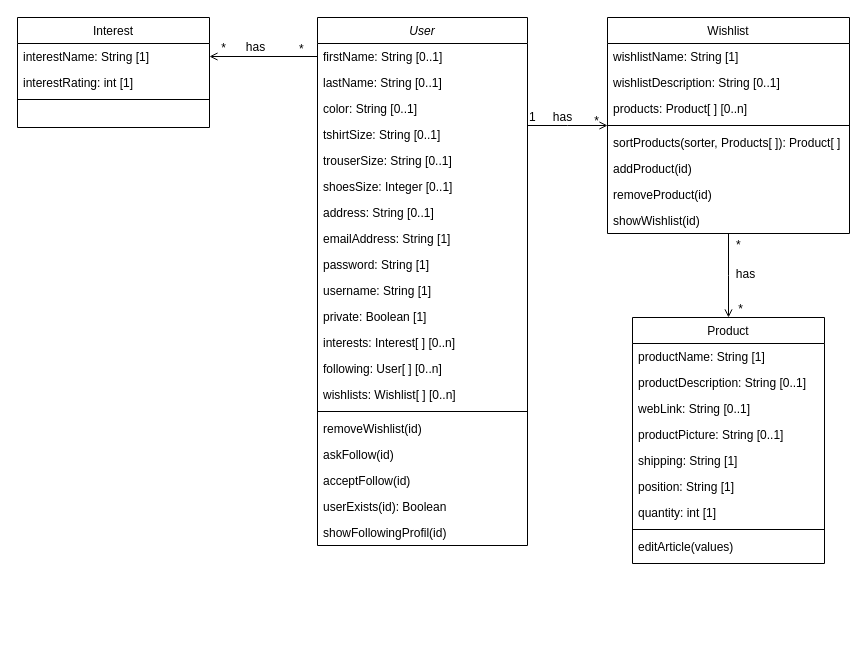
Above: Diagrammes/ClassDiagram.drawio in NNepper/LSINF1225-2020-GroupeL1.1-WishList (draw.io), before the change. Source tidied: cells renumbered, new cells numbered last; positions are measured from the earlier drawing's top-left corner, leaving out a move shared by most shapes. Both pictures are drawn from the tidied source at 100%, with x=0, y=0 at pixel (17, 17).
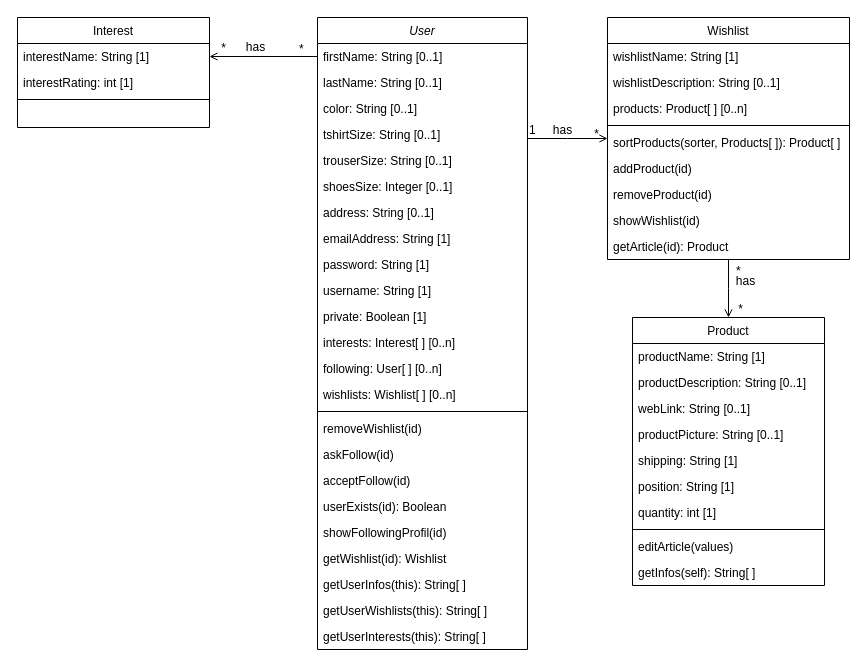
After the change.

Change to the diagram source:
```diff
@@
     <mxCell id="2" value="User" style="swimlane;fontStyle=2;align=center;verticalAlign=top;horizontal=1;startSize=26;rounded=0;shadow=0;strokeWidth=1;" parent="1" vertex="1">
-      <mxGeometry x="300" width="210" height="528" as="geometry" />
+      <mxGeometry x="300" width="210" height="632" as="geometry" />
     </mxCell>
@@
+    <mxCell id="58" value="getWishlist(id): Wishlist" style="text;align=left;verticalAlign=top;spacingLeft=4;spacingRight=4;overflow=hidden;" parent="2" vertex="1">
+      <mxGeometry y="528" width="210" height="26" as="geometry" />
+    </mxCell>
+    <mxCell id="59" value="getUserInfos(this): String[ ]" style="text;align=left;verticalAlign=top;spacingLeft=4;spacingRight=4;overflow=hidden;" parent="2" vertex="1">
+      <mxGeometry y="554" width="210" height="26" as="geometry" />
+    </mxCell>
+    <mxCell id="60" value="getUserWishlists(this): String[ ]" style="text;align=left;verticalAlign=top;spacingLeft=4;spacingRight=4;overflow=hidden;" parent="2" vertex="1">
+      <mxGeometry y="580" width="210" height="26" as="geometry" />
+    </mxCell>
+    <mxCell id="61" value="getUserInterests(this): String[ ]" style="text;align=left;verticalAlign=top;spacingLeft=4;spacingRight=4;overflow=hidden;" parent="2" vertex="1">
+      <mxGeometry y="606" width="210" height="26" as="geometry" />
+    </mxCell>
@@
     <mxCell id="39" value="Wishlist" style="swimlane;fontStyle=0;align=center;verticalAlign=top;horizontal=1;startSize=26;rounded=0;shadow=0;strokeWidth=1;" parent="1" vertex="1">
-      <mxGeometry x="590" width="242" height="216" as="geometry" />
+      <mxGeometry x="590" width="242" height="242" as="geometry" />
     </mxCell>
@@
+    <mxCell id="62" value="getArticle(id): Product" style="text;align=left;verticalAlign=top;spacingLeft=4;spacingRight=4;overflow=hidden;rounded=0;shadow=0;html=0;" parent="39" vertex="1">
+      <mxGeometry y="216" width="242" height="26" as="geometry" />
+    </mxCell>
     <mxCell id="48" value="Product" style="swimlane;fontStyle=0;align=center;verticalAlign=top;horizontal=1;startSize=26;rounded=0;shadow=0;strokeWidth=1;" parent="1" vertex="1">
-      <mxGeometry x="615" y="300" width="192" height="246" as="geometry" />
+      <mxGeometry x="615" y="300" width="192" height="268" as="geometry" />
     </mxCell>
@@
+    <mxCell id="63" value="getInfos(self): String[ ]" style="text;align=left;verticalAlign=top;spacingLeft=4;spacingRight=4;overflow=hidden;" parent="48" vertex="1">
+      <mxGeometry y="242" width="192" height="26" as="geometry" />
+    </mxCell>
```
